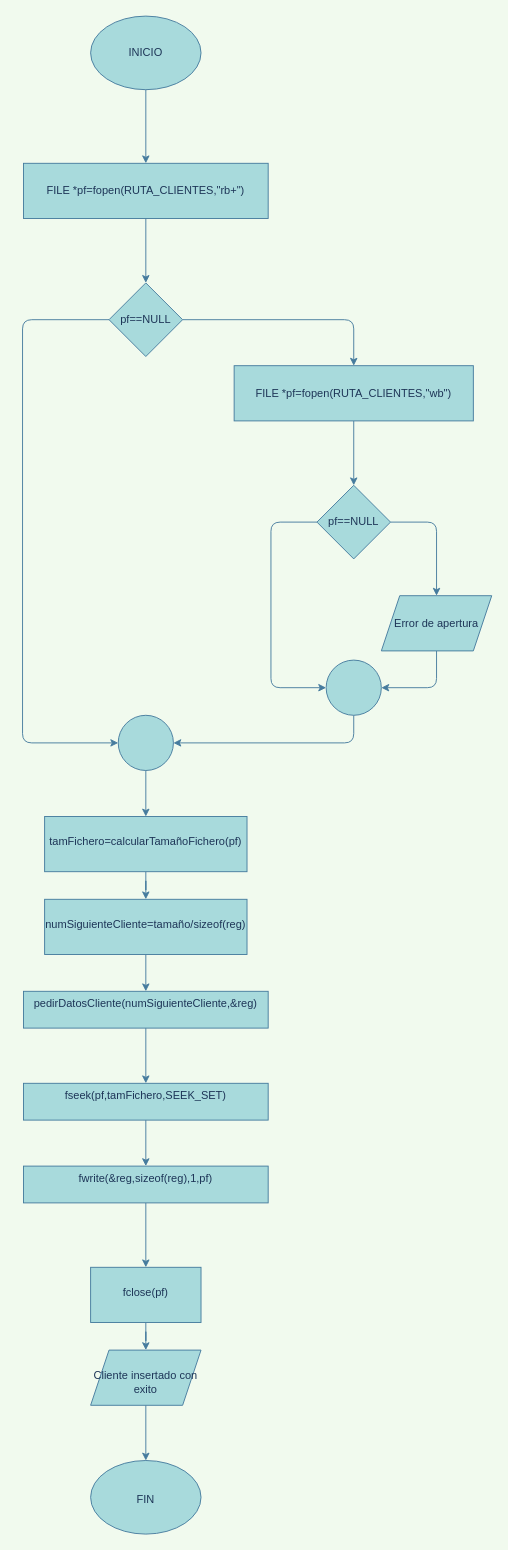
xabier100/PROGRAMACION_Proyecto_Servicios keeps this draw.io diagram as page "darDeAltaCliente" (1 of 4) of ProyectoCXabierGarrote/ProyectoCXabierGarrote/OpcionesMenuClientes.drawio. Above is the earlier version. Source tidied: cells renumbered, new cells numbered last; positions are measured from the earlier drawing's top-left corner, leaving out a move shared by most shapes. Both pictures are drawn from the tidied source at 92%, with x=0, y=0 at pixel (22, 16).
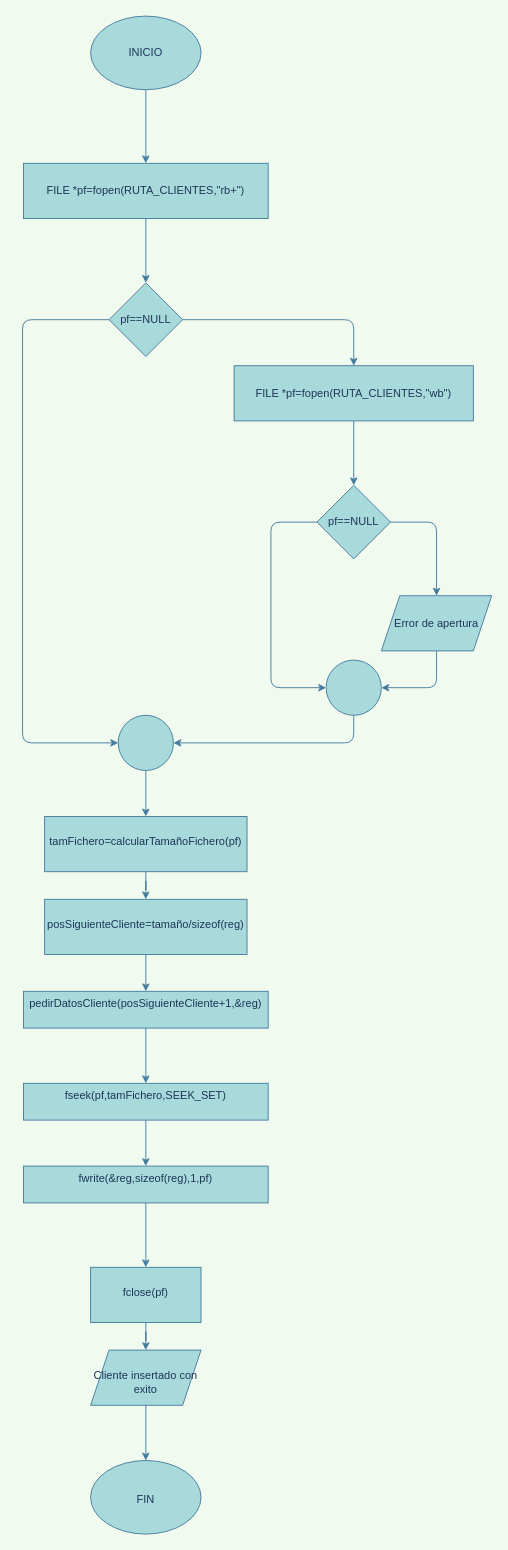
The same page after the edit.

The edit, as a diff of the source:
```diff
@@
-    <mxCell id="25" value="pedirDatosCliente(numSiguienteCliente,&amp;amp;reg)" style="whiteSpace=wrap;html=1;rounded=0;fontColor=#1D3557;verticalAlign=top;strokeColor=#457B9D;fillColor=#A8DADC;sketch=0;" parent="1" vertex="1">
+    <mxCell id="25" value="pedirDatosCliente(posSiguienteCliente+1,&amp;amp;reg)" style="whiteSpace=wrap;html=1;rounded=0;fontColor=#1D3557;verticalAlign=top;strokeColor=#457B9D;fillColor=#A8DADC;sketch=0;" parent="1" vertex="1">
       <mxGeometry x="1" y="1060" width="266" height="40" as="geometry" />
     </mxCell>
@@
-    <mxCell id="32" value="&lt;br&gt;numSiguienteCliente=tamaño/sizeof(reg)" style="whiteSpace=wrap;html=1;rounded=0;fontColor=#1D3557;verticalAlign=top;strokeColor=#457B9D;fillColor=#A8DADC;sketch=0;" parent="1" vertex="1">
+    <mxCell id="32" value="&lt;br&gt;posSiguienteCliente=tamaño/sizeof(reg)" style="whiteSpace=wrap;html=1;rounded=0;fontColor=#1D3557;verticalAlign=top;strokeColor=#457B9D;fillColor=#A8DADC;sketch=0;" parent="1" vertex="1">
       <mxGeometry x="24" y="960" width="220" height="60" as="geometry" />
     </mxCell>
```
